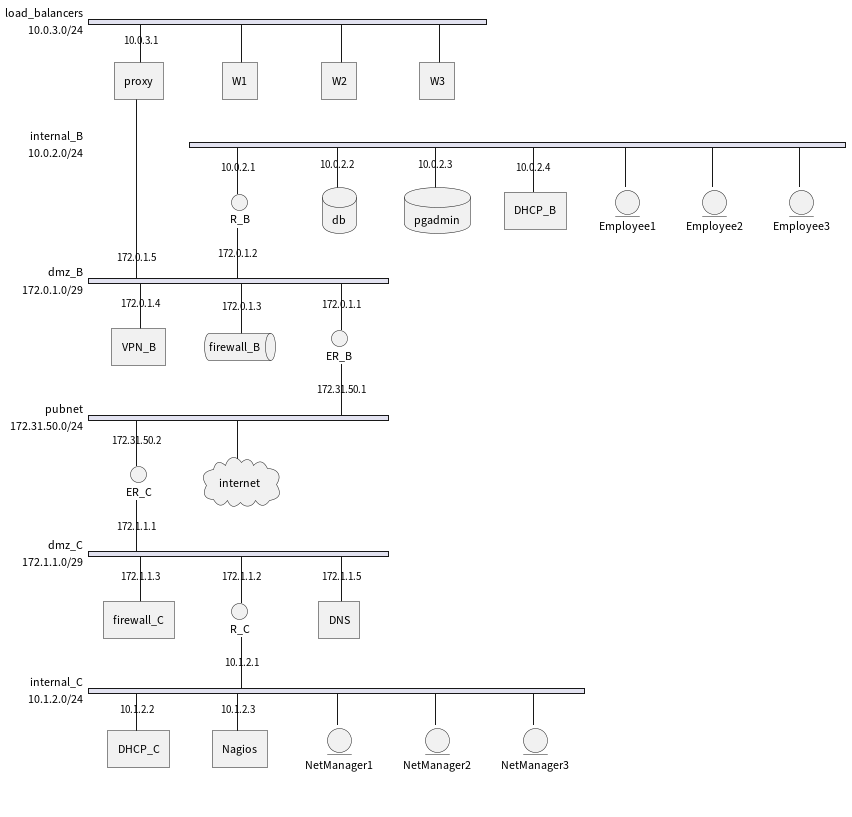
joaolucasmartins/grs2022 keeps this PlantUML diagram as proj/docs/grs.png. Above is the earlier version.
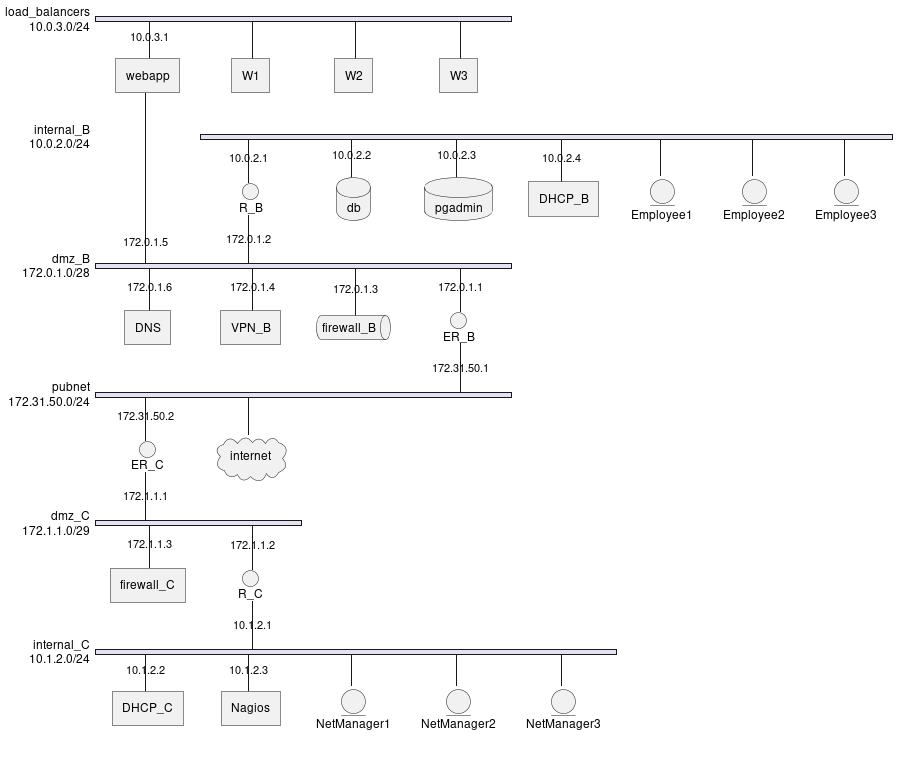
Above is the later version.

Change to the diagram source:
```diff
@@ -3,7 +3,7 @@
 nwdiag {
   network load_balancers {
     address = "10.0.3.0/24";
-    proxy[address = "10.0.3.1"];
+    webapp[address = "10.0.3.1"];
     W1;
     W2;
     W3;
@@ -21,8 +21,9 @@
   }
 
   network dmz_B {
-    address = "172.0.1.0/29";
-    proxy [shape = rectangle, address="172.0.1.5"];
+    address = "172.0.1.0/28";
+    DNS [shape = rectangle, address="172.0.1.6"]
+    webapp [shape = rectangle, address="172.0.1.5"];
     VPN_B [shape = rectangle, address="172.0.1.4"]
     firewall_B [shape = queue, address="172.0.1.3"];
     ER_B [shape = interface, address="172.0.1.1"];
@@ -41,7 +42,6 @@
     ER_C [shape = interface, address="172.1.1.1"]
     firewall_C [shape = queu, address="172.1.1.3"]
     R_C [shape = interfac, address="172.1.1.2"]
-    DNS [shape = rectangl, address="172.1.1.5"]
   }
 
   network internal_C {
```
